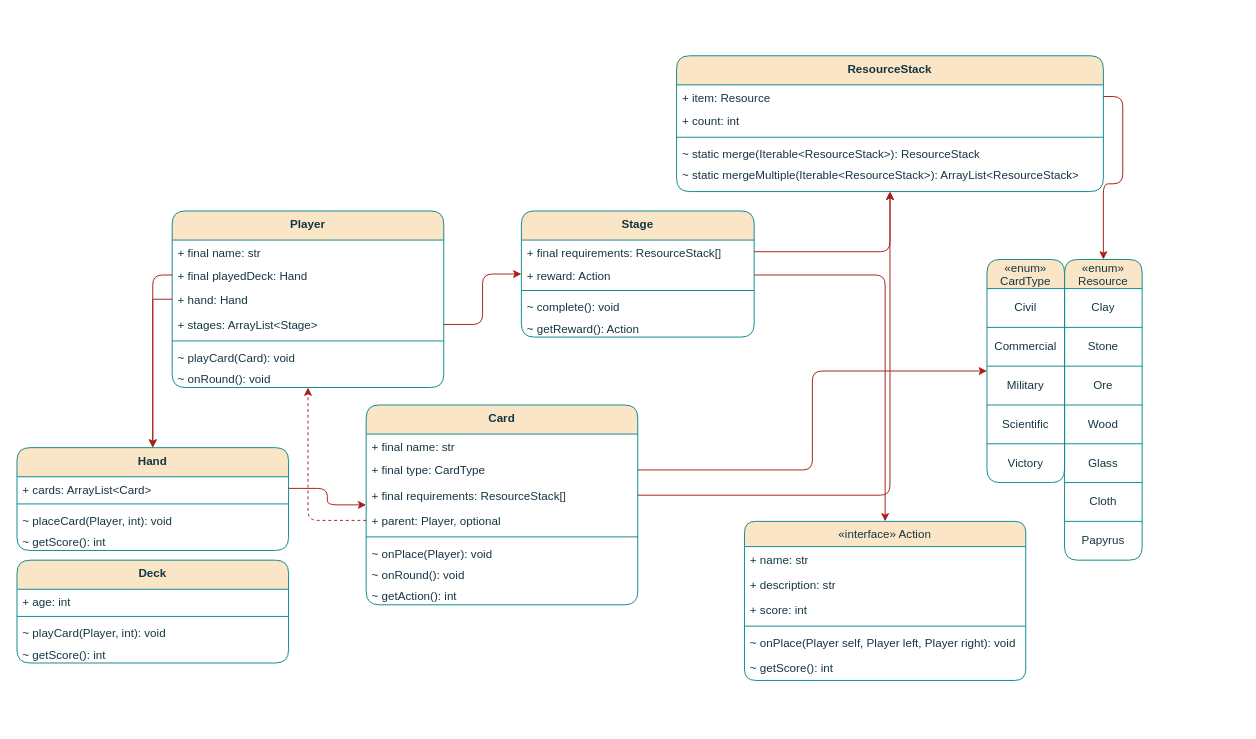
The draw.io diagram Untitled Diagram.drawio in zeptofine/diagrams, before the edit. Source tidied: cells renumbered, new cells numbered last; positions are measured from the earlier drawing's top-left corner, leaving out a move shared by most shapes. Both pictures are drawn from the tidied source at 97%, with x=0, y=0 at pixel (16, 55).
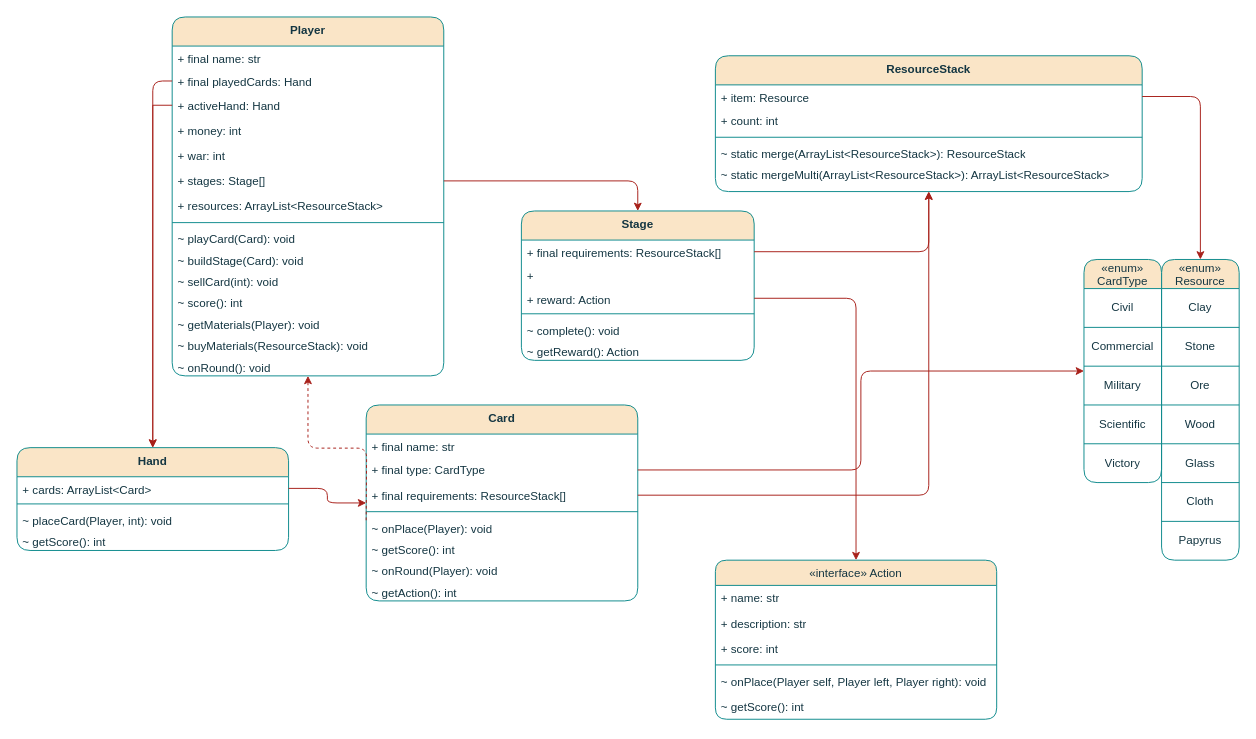
After the change.

Diff of the diagram source:
```diff
@@
     <mxCell id="2" value="ResourceStack" style="swimlane;fontStyle=1;align=center;verticalAlign=top;horizontal=1;startSize=30;whiteSpace=wrap;html=1;perimeterSpacing=0;glass=0;shadow=0;direction=east;labelBackgroundColor=none;fillColor=#FAE5C7;strokeColor=#0F8B8D;fontColor=#143642;rounded=1;" parent="1" vertex="1">
-      <mxGeometry x="680" width="440" height="140" as="geometry" />
+      <mxGeometry x="720" width="440" height="140" as="geometry" />
     </mxCell>
@@
-    <mxCell id="6" value="~ static merge(Iterable&amp;lt;ResourceStack&amp;gt;): ResourceStack" style="text;strokeColor=none;fillColor=none;align=left;verticalAlign=top;spacingLeft=4;spacingRight=4;overflow=hidden;whiteSpace=wrap;html=1;labelBackgroundColor=none;fontColor=#143642;rounded=1;" parent="2" vertex="1">
+    <mxCell id="6" value="~ static merge(ArrayList&amp;lt;ResourceStack&amp;gt;): ResourceStack" style="text;strokeColor=none;fillColor=none;align=left;verticalAlign=top;spacingLeft=4;spacingRight=4;overflow=hidden;whiteSpace=wrap;html=1;labelBackgroundColor=none;fontColor=#143642;rounded=1;" parent="2" vertex="1">
       <mxGeometry y="88" width="440" height="22" as="geometry" />
     </mxCell>
-    <mxCell id="7" value="~ static mergeMultiple(Iterable&amp;lt;ResourceStack&amp;gt;): ArrayList&amp;lt;ResourceStack&amp;gt;" style="text;strokeColor=none;fillColor=none;align=left;verticalAlign=top;spacingLeft=4;spacingRight=4;overflow=hidden;whiteSpace=wrap;html=1;labelBackgroundColor=none;fontColor=#143642;rounded=1;" parent="2" vertex="1">
+    <mxCell id="7" value="~ static mergeMulti(ArrayList&amp;lt;ResourceStack&amp;gt;): ArrayList&amp;lt;ResourceStack&amp;gt;" style="text;strokeColor=none;fillColor=none;align=left;verticalAlign=top;spacingLeft=4;spacingRight=4;overflow=hidden;whiteSpace=wrap;html=1;labelBackgroundColor=none;fontColor=#143642;rounded=1;" parent="2" vertex="1">
       <mxGeometry y="110" width="440" height="30" as="geometry" />
     </mxCell>
     <mxCell id="8" value="«enum»&#10;Resource" style="shape=table;startSize=30;childLayout=tableLayout;labelBackgroundColor=none;fillColor=#FAE5C7;strokeColor=#0F8B8D;fontColor=#143642;rounded=1;" parent="1" vertex="1">
-      <mxGeometry x="1080" y="210" width="80" height="310" as="geometry" />
+      <mxGeometry x="1180" y="210" width="80" height="310" as="geometry" />
     </mxCell>
@@
     <mxCell id="24" value="«enum»&#10;CardType" style="shape=table;startSize=30;childLayout=tableLayout;labelBackgroundColor=none;fillColor=#FAE5C7;strokeColor=#0F8B8D;fontColor=#143642;rounded=1;" parent="1" vertex="1">
-      <mxGeometry x="1000" y="210" width="80" height="230" as="geometry" />
+      <mxGeometry x="1100" y="210" width="80" height="230" as="geometry" />
     </mxCell>
@@
     <mxCell id="35" value="Card" style="swimlane;fontStyle=1;align=center;verticalAlign=top;horizontal=1;startSize=30;whiteSpace=wrap;html=1;perimeterSpacing=0;glass=0;shadow=0;direction=east;labelBackgroundColor=none;fillColor=#FAE5C7;strokeColor=#0F8B8D;fontColor=#143642;rounded=1;" parent="1" vertex="1">
-      <mxGeometry x="360" y="360" width="280" height="206" as="geometry" />
+      <mxGeometry x="360" y="360" width="280" height="202" as="geometry" />
     </mxCell>
@@
-    <mxCell id="39" value="+ parent: Player, optional" style="text;strokeColor=none;fillColor=none;align=left;verticalAlign=top;spacingLeft=4;spacingRight=4;overflow=hidden;points=[[0,0.5],[1,0.5]];portConstraint=eastwest;whiteSpace=wrap;html=1;labelBackgroundColor=none;fontColor=#143642;rounded=1;" parent="35" vertex="1">
-      <mxGeometry y="106" width="280" height="26" as="geometry" />
-    </mxCell>
     <mxCell id="40" style="line;strokeWidth=1;fillColor=none;align=left;verticalAlign=middle;spacingTop=-1;spacingLeft=3;spacingRight=3;labelPosition=right;labelBackgroundColor=none;strokeColor=#0F8B8D;fontColor=#143642;rounded=1;" parent="35" vertex="1">
-      <mxGeometry y="132" width="280" height="8" as="geometry" />
+      <mxGeometry y="106" width="280" height="8" as="geometry" />
     </mxCell>
     <mxCell id="41" value="~ onPlace(Player): void" style="text;strokeColor=none;fillColor=none;align=left;verticalAlign=top;spacingLeft=4;spacingRight=4;overflow=hidden;whiteSpace=wrap;html=1;labelBackgroundColor=none;fontColor=#143642;rounded=1;" parent="35" vertex="1">
-      <mxGeometry y="140" width="280" height="22" as="geometry" />
+      <mxGeometry y="114" width="280" height="22" as="geometry" />
     </mxCell>
+    <mxCell id="83" value="~ getScore(): int" style="text;strokeColor=none;fillColor=none;align=left;verticalAlign=top;spacingLeft=4;spacingRight=4;overflow=hidden;whiteSpace=wrap;html=1;labelBackgroundColor=none;fontColor=#143642;rounded=1;" parent="35" vertex="1">
+      <mxGeometry y="136" width="280" height="22" as="geometry" />
+    </mxCell>
-    <mxCell id="42" value="~ onRound(): void" style="text;strokeColor=none;fillColor=none;align=left;verticalAlign=top;spacingLeft=4;spacingRight=4;overflow=hidden;whiteSpace=wrap;html=1;labelBackgroundColor=none;fontColor=#143642;rounded=1;" parent="35" vertex="1">
-      <mxGeometry y="162" width="280" height="22" as="geometry" />
+    <mxCell id="42" value="~ onRound(Player): void" style="text;strokeColor=none;fillColor=none;align=left;verticalAlign=top;spacingLeft=4;spacingRight=4;overflow=hidden;whiteSpace=wrap;html=1;labelBackgroundColor=none;fontColor=#143642;rounded=1;" parent="35" vertex="1">
+      <mxGeometry y="158" width="280" height="22" as="geometry" />
     </mxCell>
     <mxCell id="43" value="~ getAction(): int" style="text;strokeColor=none;fillColor=none;align=left;verticalAlign=top;spacingLeft=4;spacingRight=4;overflow=hidden;whiteSpace=wrap;html=1;labelBackgroundColor=none;fontColor=#143642;rounded=1;" parent="35" vertex="1">
-      <mxGeometry y="184" width="280" height="22" as="geometry" />
+      <mxGeometry y="180" width="280" height="22" as="geometry" />
     </mxCell>
@@
     <mxCell id="45" value="Player" style="swimlane;fontStyle=1;align=center;verticalAlign=top;horizontal=1;startSize=30;whiteSpace=wrap;html=1;perimeterSpacing=0;glass=0;shadow=0;direction=east;labelBackgroundColor=none;fillColor=#FAE5C7;strokeColor=#0F8B8D;fontColor=#143642;rounded=1;" parent="1" vertex="1">
-      <mxGeometry x="160" y="160" width="280" height="182" as="geometry" />
+      <mxGeometry x="160" y="-40" width="280" height="370" as="geometry" />
     </mxCell>
@@
-    <mxCell id="47" value="+ final playedDeck: Hand" style="text;strokeColor=none;fillColor=none;align=left;verticalAlign=top;spacingLeft=4;spacingRight=4;overflow=hidden;points=[[0,0.5],[1,0.5]];portConstraint=eastwest;whiteSpace=wrap;html=1;labelBackgroundColor=none;fontColor=#143642;rounded=1;" parent="45" vertex="1">
+    <mxCell id="47" value="+ final playedCards: Hand" style="text;strokeColor=none;fillColor=none;align=left;verticalAlign=top;spacingLeft=4;spacingRight=4;overflow=hidden;points=[[0,0.5],[1,0.5]];portConstraint=eastwest;whiteSpace=wrap;html=1;labelBackgroundColor=none;fontColor=#143642;rounded=1;" parent="45" vertex="1">
       <mxGeometry y="54" width="280" height="24" as="geometry" />
     </mxCell>
-    <mxCell id="48" value="+ hand: Hand" style="text;strokeColor=none;fillColor=none;align=left;verticalAlign=top;spacingLeft=4;spacingRight=4;overflow=hidden;points=[[0,0.5],[1,0.5]];portConstraint=eastwest;whiteSpace=wrap;html=1;labelBackgroundColor=none;fontColor=#143642;rounded=1;" parent="45" vertex="1">
+    <mxCell id="48" value="+ activeHand: Hand" style="text;strokeColor=none;fillColor=none;align=left;verticalAlign=top;spacingLeft=4;spacingRight=4;overflow=hidden;points=[[0,0.5],[1,0.5]];portConstraint=eastwest;whiteSpace=wrap;html=1;labelBackgroundColor=none;fontColor=#143642;rounded=1;" parent="45" vertex="1">
       <mxGeometry y="78" width="280" height="26" as="geometry" />
     </mxCell>
+    <mxCell id="84" value="+ money: int" style="text;strokeColor=none;fillColor=none;align=left;verticalAlign=top;spacingLeft=4;spacingRight=4;overflow=hidden;whiteSpace=wrap;html=1;labelBackgroundColor=none;fontColor=#143642;rounded=1;" parent="45" vertex="1">
+      <mxGeometry y="104" width="280" height="26" as="geometry" />
+    </mxCell>
+    <mxCell id="85" value="+ war: int" style="text;strokeColor=none;fillColor=none;align=left;verticalAlign=top;spacingLeft=4;spacingRight=4;overflow=hidden;whiteSpace=wrap;html=1;labelBackgroundColor=none;fontColor=#143642;rounded=1;" parent="45" vertex="1">
+      <mxGeometry y="130" width="280" height="26" as="geometry" />
+    </mxCell>
-    <mxCell id="49" value="+ stages: ArrayList&amp;lt;Stage&amp;gt;" style="text;strokeColor=none;fillColor=none;align=left;verticalAlign=top;spacingLeft=4;spacingRight=4;overflow=hidden;points=[[0,0.5],[1,0.5]];portConstraint=eastwest;whiteSpace=wrap;html=1;labelBackgroundColor=none;fontColor=#143642;rounded=1;" parent="45" vertex="1">
-      <mxGeometry y="104" width="280" height="26" as="geometry" />
+    <mxCell id="49" value="+ stages: Stage[]" style="text;strokeColor=none;fillColor=none;align=left;verticalAlign=top;spacingLeft=4;spacingRight=4;overflow=hidden;points=[[0,0.5],[1,0.5]];portConstraint=eastwest;whiteSpace=wrap;html=1;labelBackgroundColor=none;fontColor=#143642;rounded=1;" parent="45" vertex="1">
+      <mxGeometry y="156" width="280" height="26" as="geometry" />
     </mxCell>
+    <mxCell id="86" value="+ resources: ArrayList&amp;lt;ResourceStack&amp;gt;" style="text;strokeColor=none;fillColor=none;align=left;verticalAlign=top;spacingLeft=4;spacingRight=4;overflow=hidden;whiteSpace=wrap;html=1;labelBackgroundColor=none;fontColor=#143642;rounded=1;" parent="45" vertex="1">
+      <mxGeometry y="182" width="280" height="26" as="geometry" />
+    </mxCell>
     <mxCell id="50" style="line;strokeWidth=1;fillColor=none;align=left;verticalAlign=middle;spacingTop=-1;spacingLeft=3;spacingRight=3;labelPosition=right;labelBackgroundColor=none;strokeColor=#0F8B8D;fontColor=#143642;rounded=1;" parent="45" vertex="1">
-      <mxGeometry y="130" width="280" height="8" as="geometry" />
+      <mxGeometry y="208" width="280" height="8" as="geometry" />
     </mxCell>
     <mxCell id="51" value="~ playCard(Card): void" style="text;strokeColor=none;fillColor=none;align=left;verticalAlign=top;spacingLeft=4;spacingRight=4;overflow=hidden;whiteSpace=wrap;html=1;labelBackgroundColor=none;fontColor=#143642;rounded=1;" parent="45" vertex="1">
-      <mxGeometry y="138" width="280" height="22" as="geometry" />
+      <mxGeometry y="216" width="280" height="22" as="geometry" />
     </mxCell>
+    <mxCell id="87" value="~ buildStage(Card): void" style="text;strokeColor=none;fillColor=none;align=left;verticalAlign=top;spacingLeft=4;spacingRight=4;overflow=hidden;whiteSpace=wrap;html=1;labelBackgroundColor=none;fontColor=#143642;rounded=1;" parent="45" vertex="1">
+      <mxGeometry y="238" width="280" height="22" as="geometry" />
+    </mxCell>
+    <mxCell id="88" value="~ sellCard(int): void" style="text;strokeColor=none;fillColor=none;align=left;verticalAlign=top;spacingLeft=4;spacingRight=4;overflow=hidden;whiteSpace=wrap;html=1;labelBackgroundColor=none;fontColor=#143642;rounded=1;" parent="45" vertex="1">
+      <mxGeometry y="260" width="280" height="22" as="geometry" />
+    </mxCell>
+    <mxCell id="89" value="~ score(): int" style="text;strokeColor=none;fillColor=none;align=left;verticalAlign=top;spacingLeft=4;spacingRight=4;overflow=hidden;whiteSpace=wrap;html=1;labelBackgroundColor=none;fontColor=#143642;rounded=1;" parent="45" vertex="1">
+      <mxGeometry y="282" width="280" height="22" as="geometry" />
+    </mxCell>
+    <mxCell id="90" value="~ getMaterials(Player): void" style="text;strokeColor=none;fillColor=none;align=left;verticalAlign=top;spacingLeft=4;spacingRight=4;overflow=hidden;whiteSpace=wrap;html=1;labelBackgroundColor=none;fontColor=#143642;rounded=1;" parent="45" vertex="1">
+      <mxGeometry y="304" width="280" height="22" as="geometry" />
+    </mxCell>
+    <mxCell id="91" value="~ buyMaterials(ResourceStack): void" style="text;strokeColor=none;fillColor=none;align=left;verticalAlign=top;spacingLeft=4;spacingRight=4;overflow=hidden;whiteSpace=wrap;html=1;labelBackgroundColor=none;fontColor=#143642;rounded=1;" parent="45" vertex="1">
+      <mxGeometry y="326" width="280" height="22" as="geometry" />
+    </mxCell>
     <mxCell id="52" value="~ onRound(): void" style="text;strokeColor=none;fillColor=none;align=left;verticalAlign=top;spacingLeft=4;spacingRight=4;overflow=hidden;whiteSpace=wrap;html=1;labelBackgroundColor=none;fontColor=#143642;rounded=1;" parent="45" vertex="1">
-      <mxGeometry y="160" width="280" height="22" as="geometry" />
+      <mxGeometry y="348" width="280" height="22" as="geometry" />
     </mxCell>
     <mxCell id="53" value="Stage" style="swimlane;fontStyle=1;align=center;verticalAlign=top;horizontal=1;startSize=30;whiteSpace=wrap;html=1;perimeterSpacing=0;glass=0;shadow=0;direction=east;labelBackgroundColor=none;fillColor=#FAE5C7;strokeColor=#0F8B8D;fontColor=#143642;rounded=1;" parent="1" vertex="1">
-      <mxGeometry x="520" y="160" width="240" height="130" as="geometry" />
+      <mxGeometry x="520" y="160" width="240" height="154" as="geometry" />
     </mxCell>
@@
+    <mxCell id="92" value="+" style="text;strokeColor=none;fillColor=none;align=left;verticalAlign=top;spacingLeft=4;spacingRight=4;overflow=hidden;whiteSpace=wrap;html=1;labelBackgroundColor=none;fontColor=#143642;rounded=1;" parent="53" vertex="1">
+      <mxGeometry y="54" width="240" height="24" as="geometry" />
+    </mxCell>
     <mxCell id="55" value="+ reward: Action" style="text;strokeColor=none;fillColor=none;align=left;verticalAlign=top;spacingLeft=4;spacingRight=4;overflow=hidden;points=[[0,0.5],[1,0.5]];portConstraint=eastwest;whiteSpace=wrap;html=1;labelBackgroundColor=none;fontColor=#143642;rounded=1;" parent="53" vertex="1">
-      <mxGeometry y="54" width="240" height="24" as="geometry" />
+      <mxGeometry y="78" width="240" height="24" as="geometry" />
     </mxCell>
     <mxCell id="56" style="line;strokeWidth=1;fillColor=none;align=left;verticalAlign=middle;spacingTop=-1;spacingLeft=3;spacingRight=3;labelPosition=right;labelBackgroundColor=none;strokeColor=#0F8B8D;fontColor=#143642;rounded=1;" parent="53" vertex="1">
-      <mxGeometry y="78" width="240" height="8" as="geometry" />
+      <mxGeometry y="102" width="240" height="8" as="geometry" />
     </mxCell>
     <mxCell id="57" value="~ complete(): void" style="text;strokeColor=none;fillColor=none;align=left;verticalAlign=top;spacingLeft=4;spacingRight=4;overflow=hidden;whiteSpace=wrap;html=1;labelBackgroundColor=none;fontColor=#143642;rounded=1;" parent="53" vertex="1">
-      <mxGeometry y="86" width="240" height="22" as="geometry" />
+      <mxGeometry y="110" width="240" height="22" as="geometry" />
     </mxCell>
     <mxCell id="58" value="~ getReward(): Action" style="text;strokeColor=none;fillColor=none;align=left;verticalAlign=top;spacingLeft=4;spacingRight=4;overflow=hidden;whiteSpace=wrap;html=1;labelBackgroundColor=none;fontColor=#143642;rounded=1;" parent="53" vertex="1">
-      <mxGeometry y="108" width="240" height="22" as="geometry" />
+      <mxGeometry y="132" width="240" height="22" as="geometry" />
     </mxCell>
@@
     <mxCell id="69" value="&lt;span style=&quot;font-weight: normal;&quot;&gt;«interface» Action&lt;/span&gt;" style="swimlane;fontStyle=1;align=center;verticalAlign=top;horizontal=1;startSize=26;whiteSpace=wrap;html=1;labelBackgroundColor=none;fillColor=#FAE5C7;strokeColor=#0F8B8D;fontColor=#143642;rounded=1;" parent="1" vertex="1">
-      <mxGeometry x="750" y="480" width="290" height="164" as="geometry" />
+      <mxGeometry x="720" y="520" width="290" height="164" as="geometry" />
     </mxCell>
@@
-    <mxCell id="76" style="edgeStyle=orthogonalEdgeStyle;rounded=1;jettySize=auto;html=1;dashed=1;labelBackgroundColor=none;strokeColor=#A8201A;fontColor=default;" parent="1" edge="1" source="39" target="45">
-      <mxGeometry relative="1" as="geometry" />
+    <mxCell id="76" style="edgeStyle=orthogonalEdgeStyle;rounded=1;jettySize=auto;html=1;dashed=1;labelBackgroundColor=none;strokeColor=#A8201A;fontColor=default;" parent="1" edge="1" target="45">
+      <mxGeometry relative="1" as="geometry">
+        <mxPoint x="360" y="478.9" as="sourcePoint" />
+      </mxGeometry>
     </mxCell>
@@
-    <mxCell id="79" value="Deck" style="swimlane;fontStyle=1;align=center;verticalAlign=top;horizontal=1;startSize=30;whiteSpace=wrap;html=1;perimeterSpacing=0;glass=0;shadow=0;direction=east;labelBackgroundColor=none;fillColor=#FAE5C7;strokeColor=#0F8B8D;fontColor=#143642;rounded=1;" parent="1" vertex="1">
-      <mxGeometry y="520" width="280" height="106" as="geometry" />
-    </mxCell>
-    <mxCell id="80" value="+ age: int" style="text;strokeColor=none;fillColor=none;align=left;verticalAlign=top;spacingLeft=4;spacingRight=4;overflow=hidden;whiteSpace=wrap;html=1;labelBackgroundColor=none;fontColor=#143642;rounded=1;" parent="79" vertex="1">
-      <mxGeometry y="30" width="280" height="24" as="geometry" />
-    </mxCell>
-    <mxCell id="81" style="line;strokeWidth=1;fillColor=none;align=left;verticalAlign=middle;spacingTop=-1;spacingLeft=3;spacingRight=3;labelPosition=right;labelBackgroundColor=none;strokeColor=#0F8B8D;fontColor=#143642;rounded=1;" parent="79" vertex="1">
-      <mxGeometry y="54" width="280" height="8" as="geometry" />
-    </mxCell>
-    <mxCell id="82" value="~ playCard(Player, int): void" style="text;strokeColor=none;fillColor=none;align=left;verticalAlign=top;spacingLeft=4;spacingRight=4;overflow=hidden;whiteSpace=wrap;html=1;labelBackgroundColor=none;fontColor=#143642;rounded=1;" parent="79" vertex="1">
-      <mxGeometry y="62" width="280" height="22" as="geometry" />
-    </mxCell>
-    <mxCell id="83" value="~ getScore(): int" style="text;strokeColor=none;fillColor=none;align=left;verticalAlign=top;spacingLeft=4;spacingRight=4;overflow=hidden;whiteSpace=wrap;html=1;labelBackgroundColor=none;fontColor=#143642;rounded=1;" parent="79" vertex="1">
-      <mxGeometry y="84" width="280" height="22" as="geometry" />
-    </mxCell>
```
